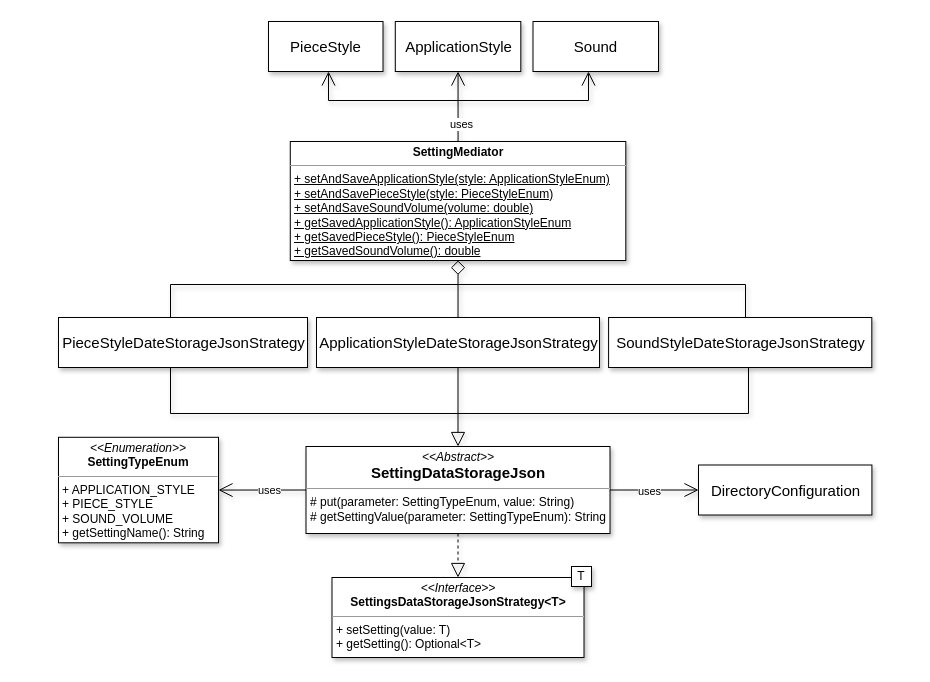
zucchero-sintattico/OOP20-Jhaturanga keeps this draw.io diagram as page "Setting" (6 of 6) of report/UML TP.drawio. Above is the earlier version. Source tidied: cells renumbered, new cells numbered last; positions are measured from the earlier drawing's top-left corner, leaving out a move shared by most shapes. Both pictures are drawn from the tidied source at 100%, with x=0, y=0 at pixel (58, 21).
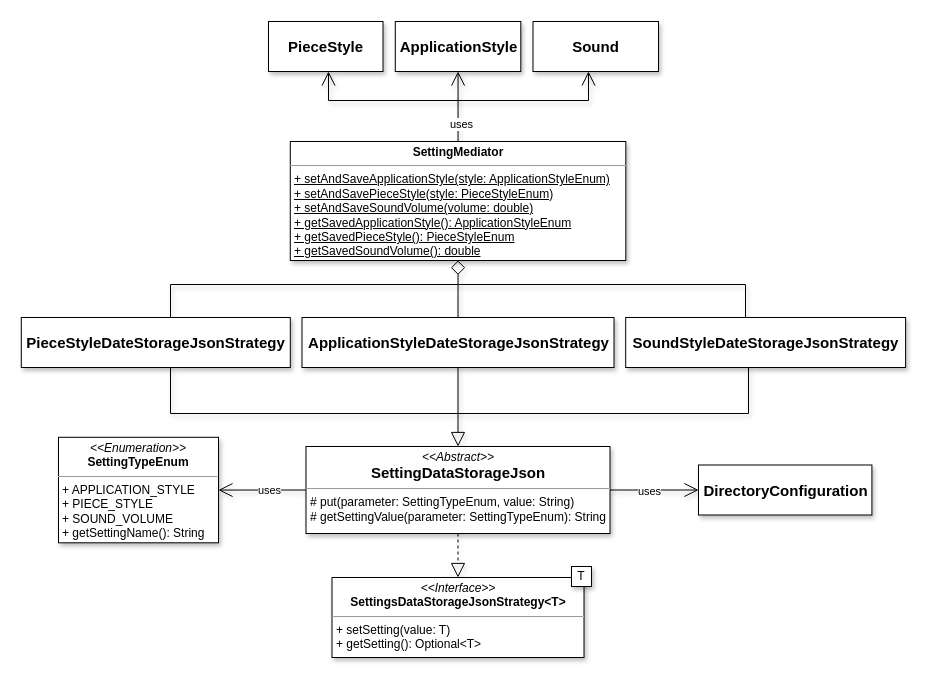
The same page after the edit.

What changed in the source:
```diff
@@
-    <mxCell id="6" value="PieceStyleDateStorageJsonStrategy" style="html=1;fontSize=15;shadow=1;" parent="1" vertex="1">
-      <mxGeometry y="296" width="249" height="50" as="geometry" />
+    <mxCell id="6" value="&lt;b&gt;PieceStyleDateStorageJsonStrategy&lt;/b&gt;" style="html=1;fontSize=15;shadow=1;" parent="1" vertex="1">
+      <mxGeometry x="-37.2" y="296" width="269" height="50" as="geometry" />
     </mxCell>
@@
-    <mxCell id="8" value="ApplicationStyleDateStorageJsonStrategy" style="html=1;fontSize=15;shadow=1;" parent="1" vertex="1">
-      <mxGeometry x="258" y="296" width="283" height="50" as="geometry" />
+    <mxCell id="8" value="&lt;b&gt;ApplicationStyleDateStorageJsonStrategy&lt;/b&gt;" style="html=1;fontSize=15;shadow=1;" parent="1" vertex="1">
+      <mxGeometry x="243.5" y="296" width="312" height="50" as="geometry" />
     </mxCell>
@@
-    <mxCell id="11" value="SoundStyleDateStorageJsonStrategy" style="html=1;fontSize=15;shadow=1;" parent="1" vertex="1">
-      <mxGeometry x="550.1" y="296" width="263.2" height="50" as="geometry" />
+    <mxCell id="11" value="&lt;b&gt;SoundStyleDateStorageJsonStrategy&lt;/b&gt;" style="html=1;fontSize=15;shadow=1;" parent="1" vertex="1">
+      <mxGeometry x="567.2" y="296" width="279.9" height="50" as="geometry" />
     </mxCell>
@@
-    <mxCell id="13" value="PieceStyle" style="html=1;fontSize=15;shadow=1;" parent="1" vertex="1">
+    <mxCell id="13" value="&lt;b&gt;PieceStyle&lt;/b&gt;" style="html=1;fontSize=15;shadow=1;" parent="1" vertex="1">
       <mxGeometry x="210" width="114.5" height="50" as="geometry" />
     </mxCell>
-    <mxCell id="14" value="ApplicationStyle" style="html=1;fontSize=15;shadow=1;" parent="1" vertex="1">
+    <mxCell id="14" value="&lt;b&gt;ApplicationStyle&lt;/b&gt;" style="html=1;fontSize=15;shadow=1;" parent="1" vertex="1">
       <mxGeometry x="336.8" width="125.5" height="50" as="geometry" />
     </mxCell>
@@
-    <mxCell id="16" value="Sound" style="html=1;fontSize=15;shadow=1;" parent="1" vertex="1">
+    <mxCell id="16" value="&lt;b&gt;Sound&lt;/b&gt;" style="html=1;fontSize=15;shadow=1;" parent="1" vertex="1">
       <mxGeometry x="474.5" width="125.5" height="50" as="geometry" />
     </mxCell>
@@
-    <mxCell id="26" value="DirectoryConfiguration" style="html=1;fontSize=15;shadow=1;" parent="1" vertex="1">
+    <mxCell id="26" value="&lt;b&gt;DirectoryConfiguration&lt;/b&gt;" style="html=1;fontSize=15;shadow=1;" parent="1" vertex="1">
       <mxGeometry x="640" y="443.5" width="173.4" height="50" as="geometry" />
     </mxCell>
```
